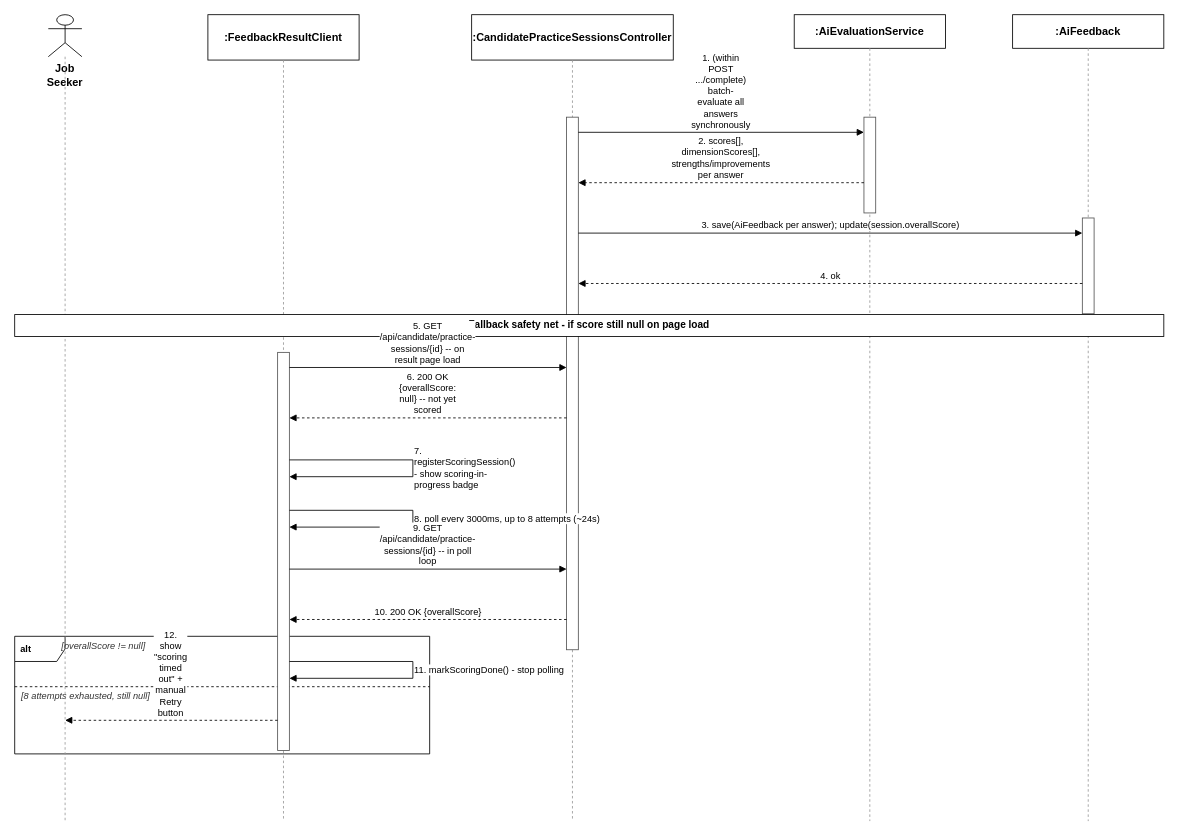
Before: docs/qa/Tu_SequenceDiagram/09_Evaluate_Candidate_Answers_Background_AI_Job.drawio in tulklk/AI_Interview_Question_Generation_RAG_LLM_FE, a draw.io diagram. Source tidied: cells renumbered, new cells numbered last; positions are measured from the earlier drawing's top-left corner, leaving out a move shared by most shapes. Both pictures are drawn from the tidied source at 84%, with x=0, y=0 at pixel (14, 14).
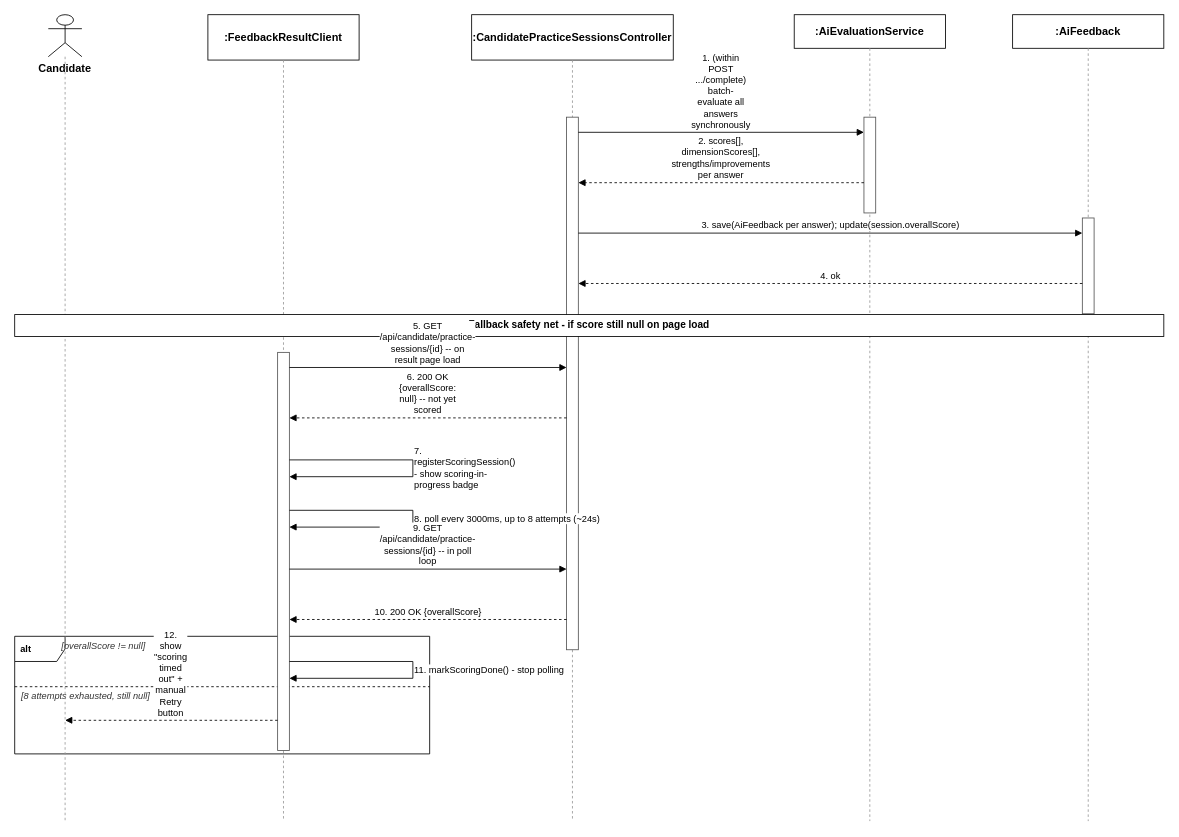
After the change.

The edit, as a diff of the source:
```diff
@@
-    <mxCell id="6" value="Job Seeker" style="shape=umlActor;whiteSpace=wrap;html=1;verticalLabelPosition=bottom;verticalAlign=top;fillColor=#ffffff;strokeColor=#000000;fontStyle=1;fontSize=13;" parent="1" vertex="1">
+    <mxCell id="6" value="Candidate" style="shape=umlActor;whiteSpace=wrap;html=1;verticalLabelPosition=bottom;verticalAlign=top;fillColor=#ffffff;strokeColor=#000000;fontStyle=1;fontSize=13;" parent="1" vertex="1">
       <mxGeometry x="40" width="40" height="50" as="geometry" />
     </mxCell>
```
